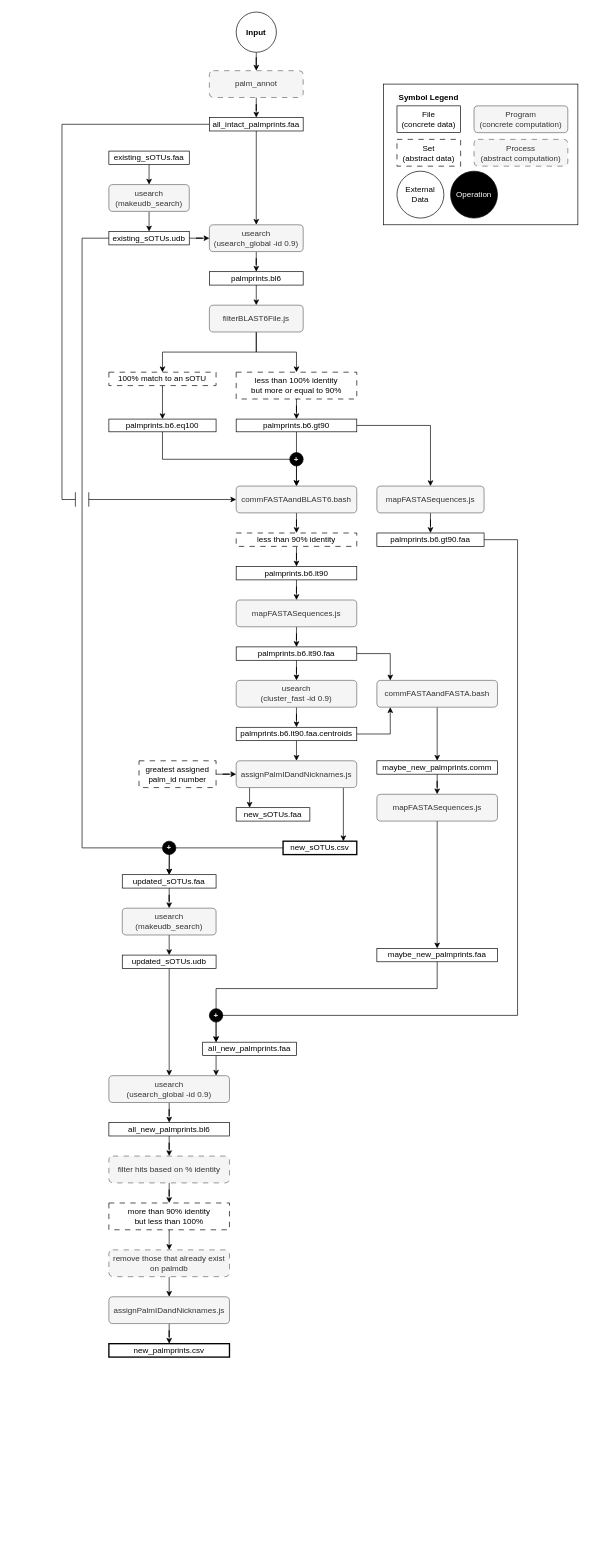
This is script/palmdb/sOTU Assigment Workflow.drawio from serratus-bio/logan-backend, a draw.io file, before an edit. Source tidied: cells renumbered, new cells numbered last; positions are measured from the earlier drawing's top-left corner, leaving out a move shared by most shapes. Both pictures are drawn from the tidied source at 67%, with x=0, y=0 at pixel (62, 11).
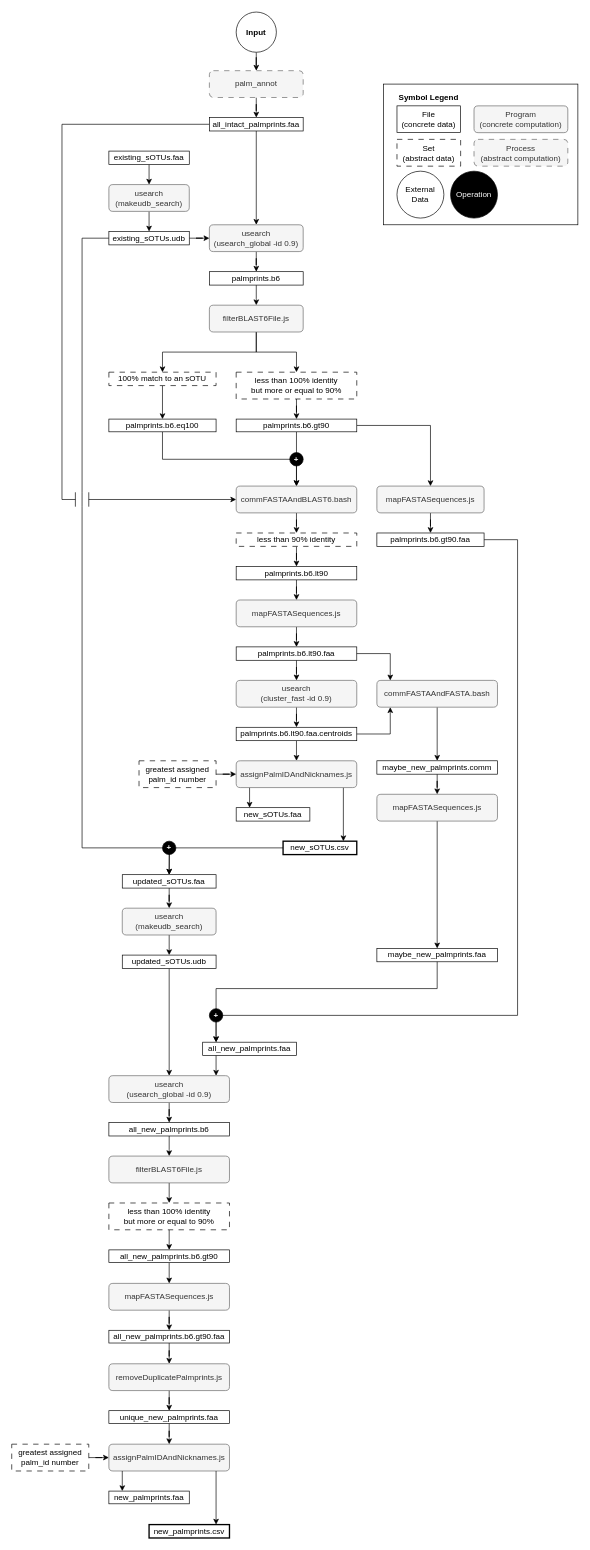
The same diagram, later.

Change to the diagram source:
```diff
@@
-    <mxCell id="48" style="edgeStyle=orthogonalEdgeStyle;rounded=0;jettySize=auto;html=1;entryX=0.5;entryY=0;entryDx=0;entryDy=0;" parent="1" edge="1" source="49" target="51">
-      <mxGeometry relative="1" as="geometry" />
+    <mxCell id="48" style="edgeStyle=orthogonalEdgeStyle;rounded=0;jettySize=auto;html=1;entryX=0.5;entryY=0;entryDx=0;entryDy=0;" parent="1" edge="1" target="51">
+      <mxGeometry relative="1" as="geometry">
+        <mxPoint x="160" y="1748" as="sourcePoint" />
+      </mxGeometry>
     </mxCell>
-    <mxCell id="49" value="filter hits based on % identity" style="rounded=1;whiteSpace=wrap;html=1;fillColor=#f5f5f5;strokeColor=#666666;fontColor=#333333;dashed=1;dashPattern=8 8;" parent="1" vertex="1">
-      <mxGeometry x="70" y="1708" width="180" height="40" as="geometry" />
-    </mxCell>
@@
-    <mxCell id="51" value="&lt;div&gt;&lt;span style=&quot;background-color: initial;&quot;&gt;more than 90% identity&lt;/span&gt;&lt;br&gt;&lt;/div&gt;&lt;div&gt;&lt;span style=&quot;background-color: initial;&quot;&gt;but less than 100%&lt;/span&gt;&lt;/div&gt;" style="rounded=0;whiteSpace=wrap;html=1;dashed=1;dashPattern=8 8;" parent="1" vertex="1">
+    <mxCell id="51" value="&lt;div&gt;&lt;div&gt;&lt;span style=&quot;background-color: initial;&quot;&gt;less than 100% identity&lt;/span&gt;&lt;br&gt;&lt;/div&gt;&lt;div&gt;&lt;span style=&quot;background-color: initial;&quot;&gt;but more or equal to 90%&lt;/span&gt;&lt;/div&gt;&lt;/div&gt;" style="rounded=0;whiteSpace=wrap;html=1;dashed=1;dashPattern=8 8;" parent="1" vertex="1">
       <mxGeometry x="70" y="1778" width="180" height="40" as="geometry" />
     </mxCell>
@@
     <mxCell id="54" value="&lt;div&gt;new_palmprints.csv&lt;/div&gt;" style="rounded=0;whiteSpace=wrap;html=1;strokeWidth=2;" parent="1" vertex="1">
-      <mxGeometry x="70" y="1988" width="180" height="20" as="geometry" />
+      <mxGeometry x="130" y="2258" width="120" height="20" as="geometry" />
     </mxCell>
@@
-    <mxCell id="56" value="&lt;div&gt;palmprints.bl6&lt;/div&gt;" style="rounded=0;whiteSpace=wrap;html=1;" parent="1" vertex="1">
+    <mxCell id="56" value="&lt;div&gt;palmprints.b6&lt;/div&gt;" style="rounded=0;whiteSpace=wrap;html=1;" parent="1" vertex="1">
       <mxGeometry x="220" y="388" width="140" height="20" as="geometry" />
     </mxCell>
@@
-    <mxCell id="66" value="commFASTAandBLAST6.bash" style="rounded=1;whiteSpace=wrap;html=1;fillColor=#f5f5f5;strokeColor=#666666;fontColor=#333333;" parent="1" vertex="1">
+    <mxCell id="66" value="commFASTAAndBLAST6.bash" style="rounded=1;whiteSpace=wrap;html=1;fillColor=#f5f5f5;strokeColor=#666666;fontColor=#333333;" parent="1" vertex="1">
       <mxGeometry x="260" y="708" width="180" height="40" as="geometry" />
     </mxCell>
@@
-    <mxCell id="71" value="commFASTAandFASTA.bash" style="rounded=1;whiteSpace=wrap;html=1;fillColor=#f5f5f5;strokeColor=#666666;fontColor=#333333;" parent="1" vertex="1">
+    <mxCell id="71" value="commFASTAAndFASTA.bash" style="rounded=1;whiteSpace=wrap;html=1;fillColor=#f5f5f5;strokeColor=#666666;fontColor=#333333;" parent="1" vertex="1">
       <mxGeometry x="470" y="998" width="180" height="40" as="geometry" />
     </mxCell>
@@
-    <mxCell id="86" value="assignPalmIDandNicknames.js" style="rounded=1;whiteSpace=wrap;html=1;fillColor=#f5f5f5;strokeColor=#666666;fontColor=#333333;" parent="1" vertex="1">
+    <mxCell id="86" value="assignPalmIDAndNicknames.js" style="rounded=1;whiteSpace=wrap;html=1;fillColor=#f5f5f5;strokeColor=#666666;fontColor=#333333;" parent="1" vertex="1">
       <mxGeometry x="260" y="1118" width="180" height="40" as="geometry" />
     </mxCell>
-    <mxCell id="87" style="edgeStyle=orthogonalEdgeStyle;rounded=0;orthogonalLoop=1;jettySize=auto;html=1;entryX=0.5;entryY=0;entryDx=0;entryDy=0;" parent="1" edge="1">
-      <mxGeometry relative="1" as="geometry">
-        <mxPoint x="160" y="1888" as="sourcePoint" />
-        <mxPoint x="160" y="1918" as="targetPoint" />
-      </mxGeometry>
-    </mxCell>
-    <mxCell id="88" value="remove those that already exist on palmdb" style="rounded=1;whiteSpace=wrap;html=1;fillColor=#f5f5f5;strokeColor=#666666;fontColor=#333333;dashed=1;dashPattern=8 8;" parent="1" vertex="1">
-      <mxGeometry x="70" y="1848" width="180" height="40" as="geometry" />
-    </mxCell>
-    <mxCell id="89" style="edgeStyle=orthogonalEdgeStyle;rounded=0;jettySize=auto;html=1;entryX=0.5;entryY=0;entryDx=0;entryDy=0;" parent="1" edge="1" source="90" target="54">
-      <mxGeometry relative="1" as="geometry" />
-    </mxCell>
-    <mxCell id="90" value="assignPalmIDandNicknames.js" style="rounded=1;whiteSpace=wrap;html=1;fillColor=#f5f5f5;strokeColor=#666666;fontColor=#333333;" parent="1" vertex="1">
-      <mxGeometry x="70" y="1918" width="180" height="40" as="geometry" />
+    <mxCell id="90" value="assignPalmIDAndNicknames.js" style="rounded=1;whiteSpace=wrap;html=1;fillColor=#f5f5f5;strokeColor=#666666;fontColor=#333333;" parent="1" vertex="1">
+      <mxGeometry x="70" y="2138" width="180" height="40" as="geometry" />
     </mxCell>
@@
-    <mxCell id="96" style="edgeStyle=orthogonalEdgeStyle;rounded=0;jettySize=auto;html=1;entryX=0.5;entryY=0;entryDx=0;entryDy=0;" parent="1" edge="1" source="97" target="49">
-      <mxGeometry relative="1" as="geometry" />
+    <mxCell id="96" style="edgeStyle=orthogonalEdgeStyle;rounded=0;jettySize=auto;html=1;entryX=0.5;entryY=0;entryDx=0;entryDy=0;" parent="1" edge="1" source="97">
+      <mxGeometry relative="1" as="geometry">
+        <mxPoint x="160" y="1708" as="targetPoint" />
+      </mxGeometry>
     </mxCell>
-    <mxCell id="97" value="&lt;div&gt;all_new_palmprints.bl6&lt;/div&gt;" style="rounded=0;whiteSpace=wrap;html=1;" parent="1" vertex="1">
+    <mxCell id="97" value="&lt;div&gt;all_new_palmprints.b6&lt;/div&gt;" style="rounded=0;whiteSpace=wrap;html=1;" parent="1" vertex="1">
       <mxGeometry x="70" y="1658" width="180" height="20" as="geometry" />
     </mxCell>
@@
+    <mxCell id="102" value="filterBLAST6File.js" style="rounded=1;whiteSpace=wrap;html=1;fillColor=#f5f5f5;strokeColor=#666666;fontColor=#333333;" parent="1" vertex="1">
+      <mxGeometry x="70" y="1708" width="180" height="40" as="geometry" />
+    </mxCell>
+    <mxCell id="103" style="edgeStyle=orthogonalEdgeStyle;rounded=0;jettySize=auto;html=1;" parent="1" edge="1" source="104">
+      <mxGeometry relative="1" as="geometry">
+        <mxPoint x="160" y="1898" as="targetPoint" />
+      </mxGeometry>
+    </mxCell>
+    <mxCell id="104" value="&lt;div&gt;all_new_palmprints.b6.gt90&lt;/div&gt;" style="rounded=0;whiteSpace=wrap;html=1;" parent="1" vertex="1">
+      <mxGeometry x="70" y="1848" width="180" height="19" as="geometry" />
+    </mxCell>
+    <mxCell id="105" style="edgeStyle=orthogonalEdgeStyle;rounded=0;jettySize=auto;html=1;entryX=0.5;entryY=0;entryDx=0;entryDy=0;" parent="1" edge="1" source="106" target="108">
+      <mxGeometry relative="1" as="geometry" />
+    </mxCell>
+    <mxCell id="106" value="mapFASTASequences.js" style="rounded=1;whiteSpace=wrap;html=1;fillColor=#f5f5f5;strokeColor=#666666;fontColor=#333333;" parent="1" vertex="1">
+      <mxGeometry x="70" y="1898" width="180" height="40" as="geometry" />
+    </mxCell>
+    <mxCell id="107" style="edgeStyle=orthogonalEdgeStyle;rounded=0;jettySize=auto;html=1;entryX=0.5;entryY=0;entryDx=0;entryDy=0;" parent="1" edge="1" source="108" target="112">
+      <mxGeometry relative="1" as="geometry" />
+    </mxCell>
+    <mxCell id="108" value="&lt;div&gt;all_new_palmprints.b6.gt90.faa&lt;/div&gt;" style="rounded=0;whiteSpace=wrap;html=1;" parent="1" vertex="1">
+      <mxGeometry x="70" y="1968" width="180" height="19" as="geometry" />
+    </mxCell>
+    <mxCell id="109" style="edgeStyle=orthogonalEdgeStyle;rounded=0;jettySize=auto;html=1;entryX=0;entryY=0.5;entryDx=0;entryDy=0;" parent="1" edge="1" source="110" target="90">
+      <mxGeometry relative="1" as="geometry" />
+    </mxCell>
+    <mxCell id="110" value="greatest assigned palm_id number" style="rounded=0;whiteSpace=wrap;html=1;dashed=1;dashPattern=8 8;" parent="1" vertex="1">
+      <mxGeometry x="-75" y="2138" width="115" height="40" as="geometry" />
+    </mxCell>
+    <mxCell id="111" style="edgeStyle=orthogonalEdgeStyle;rounded=0;jettySize=auto;html=1;entryX=0.5;entryY=0;entryDx=0;entryDy=0;" parent="1" edge="1" source="112" target="114">
+      <mxGeometry relative="1" as="geometry" />
+    </mxCell>
+    <mxCell id="112" value="removeDuplicatePalmprints.js" style="rounded=1;whiteSpace=wrap;html=1;fillColor=#f5f5f5;strokeColor=#666666;fontColor=#333333;" parent="1" vertex="1">
+      <mxGeometry x="70" y="2018" width="180" height="40" as="geometry" />
+    </mxCell>
+    <mxCell id="113" style="edgeStyle=orthogonalEdgeStyle;rounded=0;jettySize=auto;html=1;entryX=0.5;entryY=0;entryDx=0;entryDy=0;" parent="1" edge="1" source="114" target="90">
+      <mxGeometry relative="1" as="geometry" />
+    </mxCell>
+    <mxCell id="114" value="&lt;div&gt;unique_new_palmprints.faa&lt;/div&gt;" style="rounded=0;whiteSpace=wrap;html=1;" parent="1" vertex="1">
+      <mxGeometry x="70" y="2088" width="180" height="19" as="geometry" />
+    </mxCell>
+    <mxCell id="115" value="&lt;div&gt;new_palmprints.faa&lt;/div&gt;" style="rounded=0;whiteSpace=wrap;html=1;" parent="1" vertex="1">
+      <mxGeometry x="70" y="2208" width="120" height="19" as="geometry" />
+    </mxCell>
+    <mxCell id="116" style="endArrow=classic;html=1;rounded=0;" parent="1" edge="1">
+      <mxGeometry relative="1" as="geometry">
+        <mxPoint x="90" y="2178" as="sourcePoint" />
+        <mxPoint x="90" y="2208" as="targetPoint" />
+      </mxGeometry>
+    </mxCell>
+    <mxCell id="117" style="endArrow=classic;html=1;rounded=0;entryX=0.818;entryY=0;entryDx=0;entryDy=0;entryPerimeter=0;" parent="1" edge="1">
+      <mxGeometry relative="1" as="geometry">
+        <mxPoint x="230" y="2178" as="sourcePoint" />
+        <mxPoint x="230" y="2258" as="targetPoint" />
+      </mxGeometry>
+    </mxCell>
```
